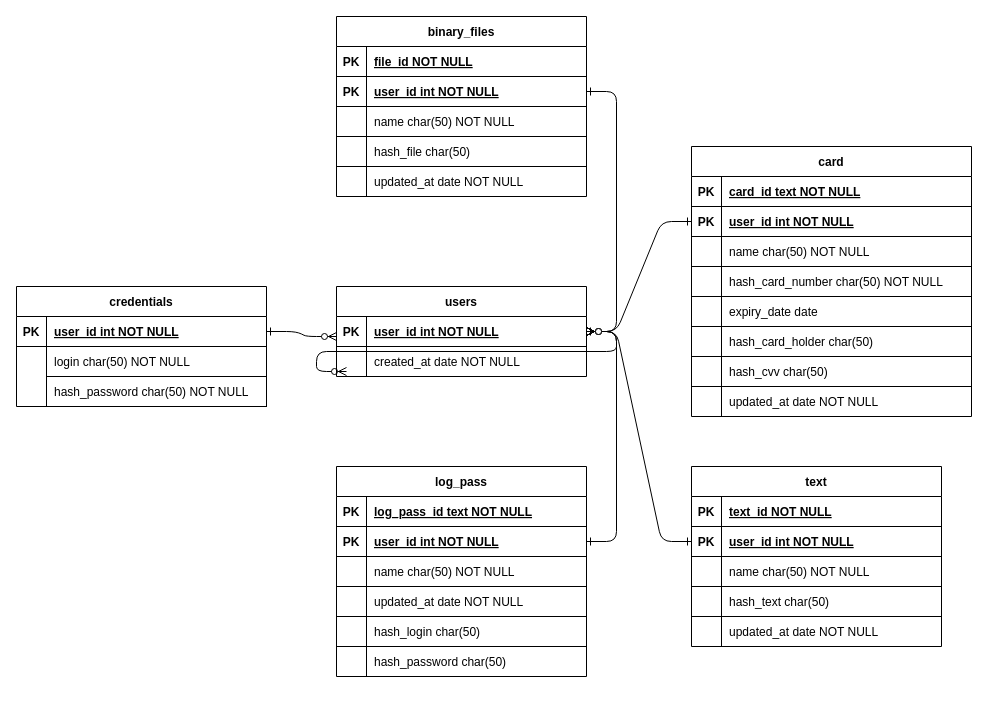
Earlier version of the draw.io diagram Untitled Diagram.drawio (mishankoGO/GophKeeper). Source tidied: cells renumbered, new cells numbered last; positions are measured from the earlier drawing's top-left corner, leaving out a move shared by most shapes. Both pictures are drawn from the tidied source at 100%, with x=0, y=0 at pixel (16, 16).
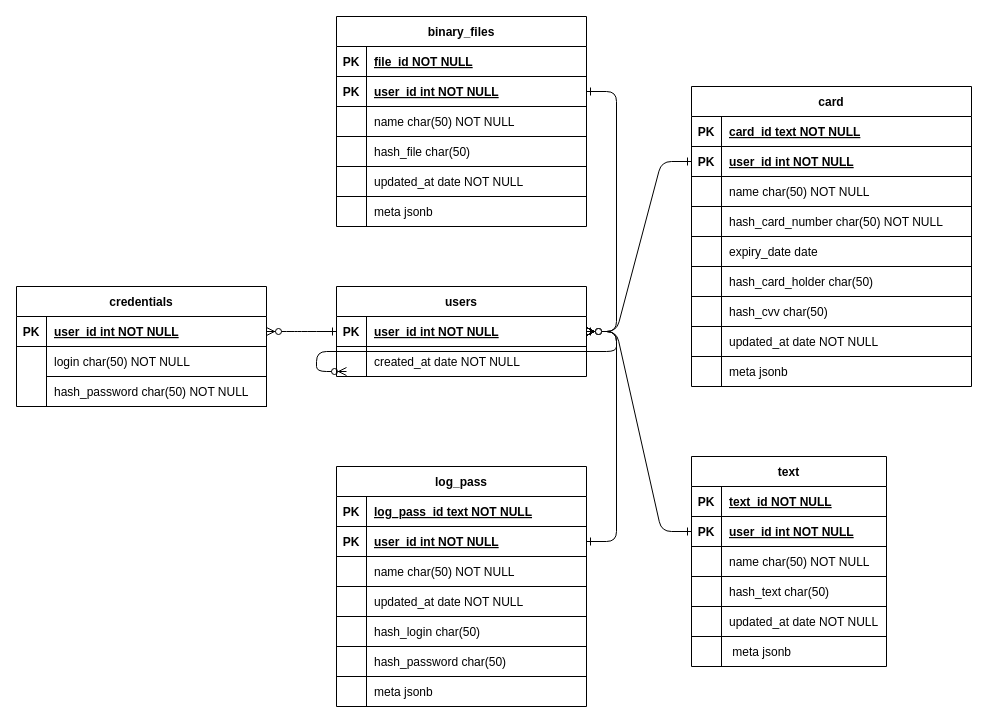
The same diagram, later.

The change refers to these unchanged cells:
```xml
<mxCell id="5" style="shape=partialRectangle;fillColor=none;points=[[0,0.5],[1,0.5]];portConstraint=eastwest;top=0;left=0;right=0;bottom=1;" parent="4" vertex="1">
  <mxGeometry y="30" width="250" height="30" as="geometry" />
</mxCell>
<mxCell id="28" style="shape=partialRectangle;fillColor=none;points=[[0,0.5],[1,0.5]];portConstraint=eastwest;top=0;left=0;right=0;bottom=1;" parent="27" vertex="1">
  <mxGeometry y="30" width="250" height="30" as="geometry" />
</mxCell>
```

What changed in the source:
```diff
@@
-    <mxCell id="2" style="edgeStyle=entityRelationEdgeStyle;endArrow=ERzeroToMany;startArrow=ERone;endFill=1;startFill=0;exitX=1;exitY=0.5;exitDx=0;exitDy=0;" parent="1" edge="1" source="28">
-      <mxGeometry relative="1" as="geometry">
-        <mxPoint x="320" y="320" as="targetPoint" />
-      </mxGeometry>
+    <mxCell id="2" style="edgeStyle=entityRelationEdgeStyle;endArrow=ERzeroToMany;startArrow=ERone;endFill=1;startFill=0;exitX=0;exitY=0.5;exitDx=0;exitDy=0;entryX=1;entryY=0.5;entryDx=0;entryDy=0;" parent="1" edge="1" source="5" target="28">
+      <mxGeometry relative="1" as="geometry" />
     </mxCell>
@@
     <mxCell id="11" value="text" style="shape=table;startSize=30;childLayout=tableLayout;rowLines=0;fontStyle=1;align=center;" parent="1" vertex="1">
-      <mxGeometry x="675" y="450" width="250" height="180" as="geometry" />
+      <mxGeometry x="675" y="440" width="195" height="210" as="geometry" />
     </mxCell>
     <mxCell id="12" style="shape=partialRectangle;fillColor=none;top=0;left=0;right=0;bottom=1;" parent="11" vertex="1">
-      <mxGeometry y="30" width="250" height="30" as="geometry" />
+      <mxGeometry y="30" width="195" height="30" as="geometry" />
     </mxCell>
@@
     <mxCell id="14" value="text_id NOT NULL" style="shape=partialRectangle;overflow=hidden;fillColor=none;top=0;left=0;bottom=0;right=0;align=left;spacingLeft=6;fontStyle=5;" parent="12" vertex="1">
-      <mxGeometry x="30" width="220" height="30" as="geometry" />
+      <mxGeometry x="30" width="165" height="30" as="geometry" />
     </mxCell>
     <mxCell id="15" style="shape=partialRectangle;fillColor=none;points=[[0,0.5],[1,0.5]];portConstraint=eastwest;top=0;left=0;right=0;bottom=1;" parent="11" vertex="1">
-      <mxGeometry y="60" width="250" height="30" as="geometry" />
+      <mxGeometry y="60" width="195" height="30" as="geometry" />
     </mxCell>
@@
     <mxCell id="17" value="user_id int NOT NULL" style="shape=partialRectangle;overflow=hidden;fillColor=none;top=0;left=0;bottom=0;right=0;align=left;spacingLeft=6;fontStyle=5;" parent="15" vertex="1">
-      <mxGeometry x="30" width="220" height="30" as="geometry" />
+      <mxGeometry x="30" width="165" height="30" as="geometry" />
     </mxCell>
     <mxCell id="18" style="shape=partialRectangle;fillColor=none;top=0;left=0;right=0;bottom=1;" parent="11" vertex="1">
-      <mxGeometry y="90" width="250" height="30" as="geometry" />
+      <mxGeometry y="90" width="195" height="30" as="geometry" />
     </mxCell>
@@
     <mxCell id="20" value="name char(50) NOT NULL" style="shape=partialRectangle;overflow=hidden;fillColor=none;top=0;left=0;bottom=0;right=0;align=left;spacingLeft=6;fontStyle=0;" parent="18" vertex="1">
-      <mxGeometry x="30" width="220" height="30" as="geometry" />
+      <mxGeometry x="30" width="165" height="30" as="geometry" />
     </mxCell>
     <mxCell id="21" style="shape=partialRectangle;fillColor=none;top=0;left=0;right=0;bottom=1;" parent="11" vertex="1">
-      <mxGeometry y="120" width="250" height="30" as="geometry" />
+      <mxGeometry y="120" width="195" height="30" as="geometry" />
     </mxCell>
@@
     <mxCell id="23" value="hash_text char(50)" style="shape=partialRectangle;overflow=hidden;fillColor=none;top=0;left=0;bottom=0;right=0;align=left;spacingLeft=6;fontStyle=0;" parent="21" vertex="1">
-      <mxGeometry x="30" width="220" height="30" as="geometry" />
+      <mxGeometry x="30" width="165" height="30" as="geometry" />
     </mxCell>
+    <mxCell id="104" style="shape=partialRectangle;fillColor=none;top=0;left=0;right=0;bottom=1;" parent="11" vertex="1">
+      <mxGeometry y="150" width="195" height="30" as="geometry" />
+    </mxCell>
+    <mxCell id="105" style="shape=partialRectangle;overflow=hidden;fillColor=none;top=0;left=0;bottom=0;right=0;fontStyle=1;" parent="104" vertex="1">
+      <mxGeometry width="30" height="30" as="geometry" />
+    </mxCell>
+    <mxCell id="106" value="updated_at date NOT NULL" style="shape=partialRectangle;overflow=hidden;fillColor=none;top=0;left=0;bottom=0;right=0;align=left;spacingLeft=6;fontStyle=0;" parent="104" vertex="1">
+      <mxGeometry x="30" width="165" height="30" as="geometry" />
+    </mxCell>
     <mxCell id="24" style="shape=partialRectangle;fillColor=none;top=0;left=0;right=0;bottom=0;" parent="11" vertex="1">
-      <mxGeometry y="150" width="250" height="30" as="geometry" />
+      <mxGeometry y="180" width="195" height="30" as="geometry" />
     </mxCell>
@@
-    <mxCell id="26" value="updated_at date NOT NULL" style="shape=partialRectangle;overflow=hidden;fillColor=none;top=0;left=0;bottom=0;right=0;align=left;spacingLeft=6;" parent="24" vertex="1">
-      <mxGeometry x="30" width="220" height="30" as="geometry" />
+    <mxCell id="26" value=" meta jsonb" style="shape=partialRectangle;overflow=hidden;fillColor=none;top=0;left=0;bottom=0;right=0;align=left;spacingLeft=6;" parent="24" vertex="1">
+      <mxGeometry x="30" width="165" height="30" as="geometry" />
     </mxCell>
@@
     <mxCell id="40" value="log_pass" style="shape=table;startSize=30;childLayout=tableLayout;rowLines=0;fontStyle=1;align=center;" parent="1" vertex="1">
-      <mxGeometry x="320" y="450" width="250" height="210" as="geometry" />
+      <mxGeometry x="320" y="450" width="250" height="240" as="geometry" />
     </mxCell>
@@
+    <mxCell id="107" style="shape=partialRectangle;fillColor=none;top=0;left=0;right=0;bottom=1;" parent="40" vertex="1">
+      <mxGeometry y="180" width="250" height="30" as="geometry" />
+    </mxCell>
+    <mxCell id="108" style="shape=partialRectangle;overflow=hidden;fillColor=none;top=0;left=0;bottom=0;right=0;fontStyle=1;" parent="107" vertex="1">
+      <mxGeometry width="30" height="30" as="geometry" />
+    </mxCell>
+    <mxCell id="109" value="hash_password char(50)" style="shape=partialRectangle;overflow=hidden;fillColor=none;top=0;left=0;bottom=0;right=0;align=left;spacingLeft=6;fontStyle=0;" parent="107" vertex="1">
+      <mxGeometry x="30" width="220" height="30" as="geometry" />
+    </mxCell>
     <mxCell id="56" style="shape=partialRectangle;fillColor=none;top=0;left=0;right=0;bottom=0;" parent="40" vertex="1">
-      <mxGeometry y="180" width="250" height="30" as="geometry" />
+      <mxGeometry y="210" width="250" height="30" as="geometry" />
     </mxCell>
@@
-    <mxCell id="58" value="hash_password char(50)" style="shape=partialRectangle;overflow=hidden;fillColor=none;top=0;left=0;bottom=0;right=0;align=left;spacingLeft=6;" parent="56" vertex="1">
+    <mxCell id="58" value="meta jsonb" style="shape=partialRectangle;overflow=hidden;fillColor=none;top=0;left=0;bottom=0;right=0;align=left;spacingLeft=6;" parent="56" vertex="1">
       <mxGeometry x="30" width="220" height="30" as="geometry" />
     </mxCell>
@@
     <mxCell id="61" value="card" style="shape=table;startSize=30;childLayout=tableLayout;rowLines=0;fontStyle=1;align=center;" parent="1" vertex="1">
-      <mxGeometry x="675" y="130" width="280" height="270" as="geometry" />
+      <mxGeometry x="675" y="70" width="280" height="300" as="geometry" />
     </mxCell>
@@
+    <mxCell id="110" style="shape=partialRectangle;fillColor=none;top=0;left=0;right=0;bottom=1;" parent="61" vertex="1">
+      <mxGeometry y="240" width="280" height="30" as="geometry" />
+    </mxCell>
+    <mxCell id="111" style="shape=partialRectangle;overflow=hidden;fillColor=none;top=0;left=0;bottom=0;right=0;fontStyle=1;" parent="110" vertex="1">
+      <mxGeometry width="30" height="30" as="geometry" />
+    </mxCell>
+    <mxCell id="112" value="updated_at date NOT NULL" style="shape=partialRectangle;overflow=hidden;fillColor=none;top=0;left=0;bottom=0;right=0;align=left;spacingLeft=6;fontStyle=0;" parent="110" vertex="1">
+      <mxGeometry x="30" width="250" height="30" as="geometry" />
+    </mxCell>
     <mxCell id="83" style="shape=partialRectangle;fillColor=none;top=0;left=0;right=0;bottom=0;" parent="61" vertex="1">
-      <mxGeometry y="240" width="280" height="30" as="geometry" />
+      <mxGeometry y="270" width="280" height="30" as="geometry" />
     </mxCell>
@@
-    <mxCell id="85" value="updated_at date NOT NULL" style="shape=partialRectangle;overflow=hidden;fillColor=none;top=0;left=0;bottom=0;right=0;align=left;spacingLeft=6;" parent="83" vertex="1">
+    <mxCell id="85" value="meta jsonb" style="shape=partialRectangle;overflow=hidden;fillColor=none;top=0;left=0;bottom=0;right=0;align=left;spacingLeft=6;" parent="83" vertex="1">
       <mxGeometry x="30" width="250" height="30" as="geometry" />
     </mxCell>
@@
     <mxCell id="87" value="binary_files" style="shape=table;startSize=30;childLayout=tableLayout;rowLines=0;fontStyle=1;align=center;" parent="1" vertex="1">
-      <mxGeometry x="320" width="250" height="180" as="geometry" />
+      <mxGeometry x="320" width="250" height="210" as="geometry" />
     </mxCell>
@@
+    <mxCell id="113" style="shape=partialRectangle;fillColor=none;top=0;left=0;right=0;bottom=1;" parent="87" vertex="1">
+      <mxGeometry y="150" width="250" height="30" as="geometry" />
+    </mxCell>
+    <mxCell id="114" style="shape=partialRectangle;overflow=hidden;fillColor=none;top=0;left=0;bottom=0;right=0;fontStyle=1;" parent="113" vertex="1">
+      <mxGeometry width="30" height="30" as="geometry" />
+    </mxCell>
+    <mxCell id="115" value="updated_at date NOT NULL" style="shape=partialRectangle;overflow=hidden;fillColor=none;top=0;left=0;bottom=0;right=0;align=left;spacingLeft=6;fontStyle=0;" parent="113" vertex="1">
+      <mxGeometry x="30" width="220" height="30" as="geometry" />
+    </mxCell>
     <mxCell id="100" style="shape=partialRectangle;fillColor=none;top=0;left=0;right=0;bottom=0;" parent="87" vertex="1">
-      <mxGeometry y="150" width="250" height="30" as="geometry" />
+      <mxGeometry y="180" width="250" height="30" as="geometry" />
     </mxCell>
@@
-    <mxCell id="102" value="updated_at date NOT NULL" style="shape=partialRectangle;overflow=hidden;fillColor=none;top=0;left=0;bottom=0;right=0;align=left;spacingLeft=6;" parent="100" vertex="1">
+    <mxCell id="102" value="meta jsonb" style="shape=partialRectangle;overflow=hidden;fillColor=none;top=0;left=0;bottom=0;right=0;align=left;spacingLeft=6;" parent="100" vertex="1">
       <mxGeometry x="30" width="220" height="30" as="geometry" />
     </mxCell>
```
